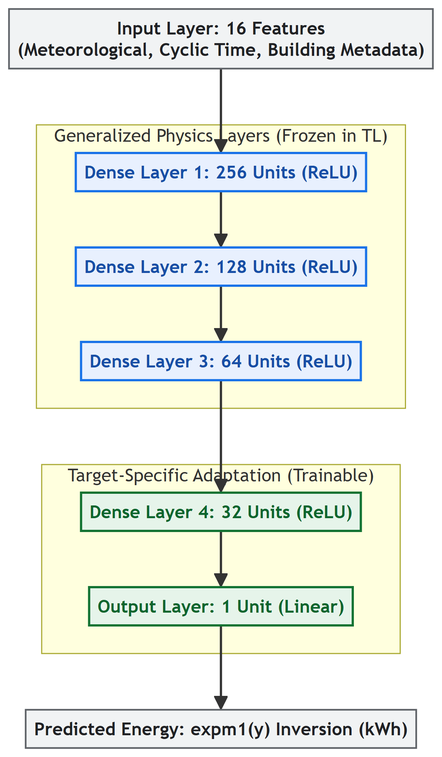
Earlier version of the Mermaid export research paper/figures/ANN_Architecture.png (shreeyadav06/NZEB-ANN). Its source is kept beside it as research paper/figures/ANN_Architecture.mmd.
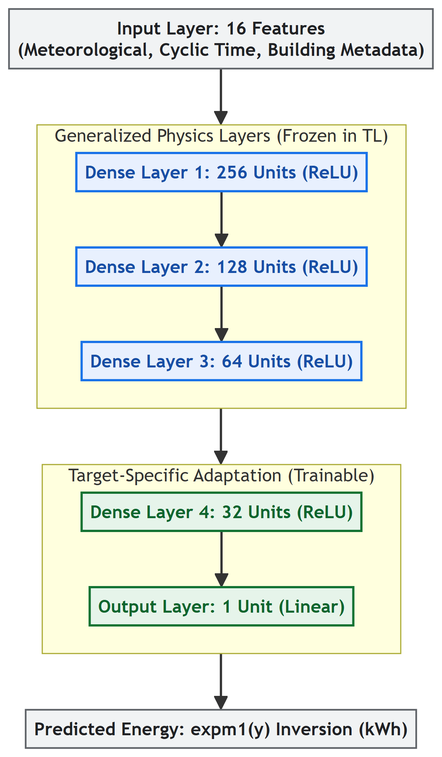
After the change.

Commit message:
fix(paper): stop connecting arrows at cluster borders to prevent text overlap in ANN Architecture

Change to the diagram source:
```diff
@@ -18,9 +18,9 @@
 
     PRED["Predicted Energy: expm1(y) Inversion (kWh)"]
 
-    IN --> L1
-    L3 --> L4
-    OUT --> PRED
+    IN --> FROZEN
+    FROZEN --> TRAIN
+    TRAIN --> PRED
 
     classDef frozen fill:#E8F0FE,stroke:#1A73E8,stroke-width:2px,color:#174EA6,font-weight:bold;
     classDef tuned fill:#E6F4EA,stroke:#137333,stroke-width:2px,color:#0D652D,font-weight:bold;
```
